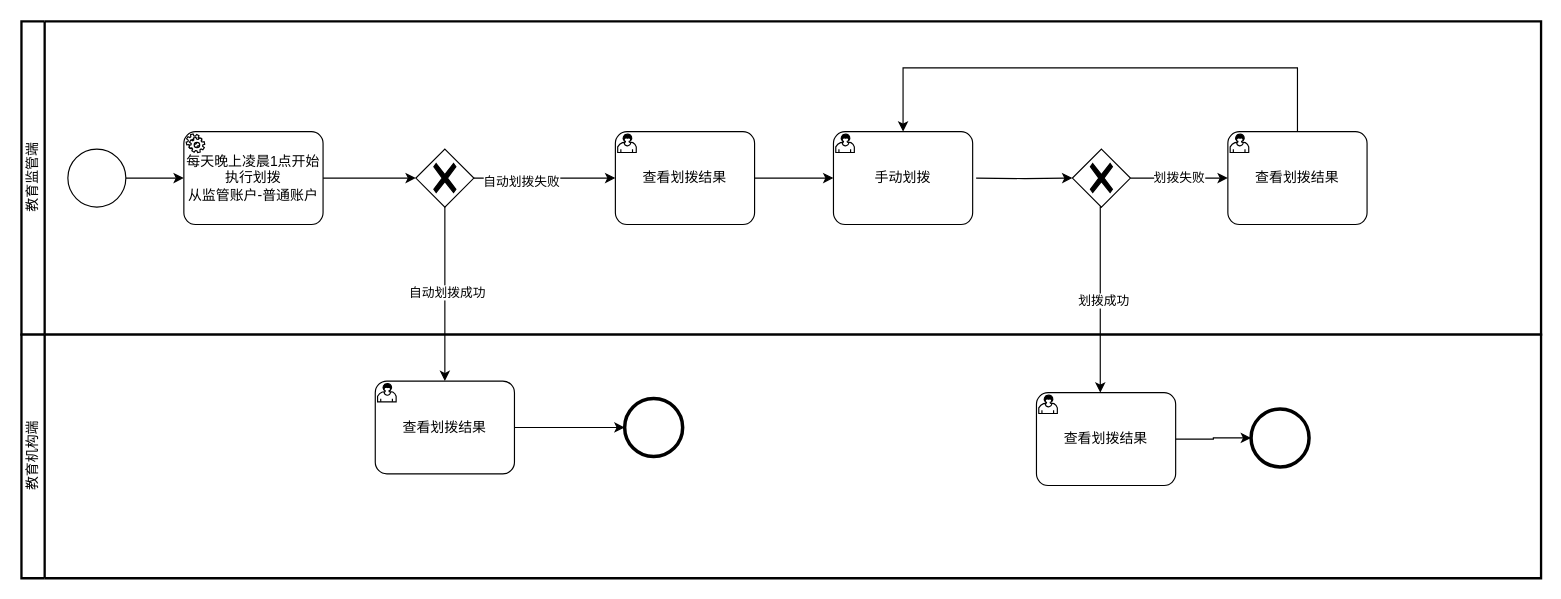
cuitaocrazy/supervision keeps this draw.io diagram as page "自动划拨" (7 of 10) of docs/资金监管平台流程图.drawio. Above is the earlier version. Source tidied: cells renumbered, new cells numbered last; positions are measured from the earlier drawing's top-left corner, leaving out a move shared by most shapes. Both pictures are drawn from the tidied source at 116%, with x=0, y=0 at pixel (21, 21).
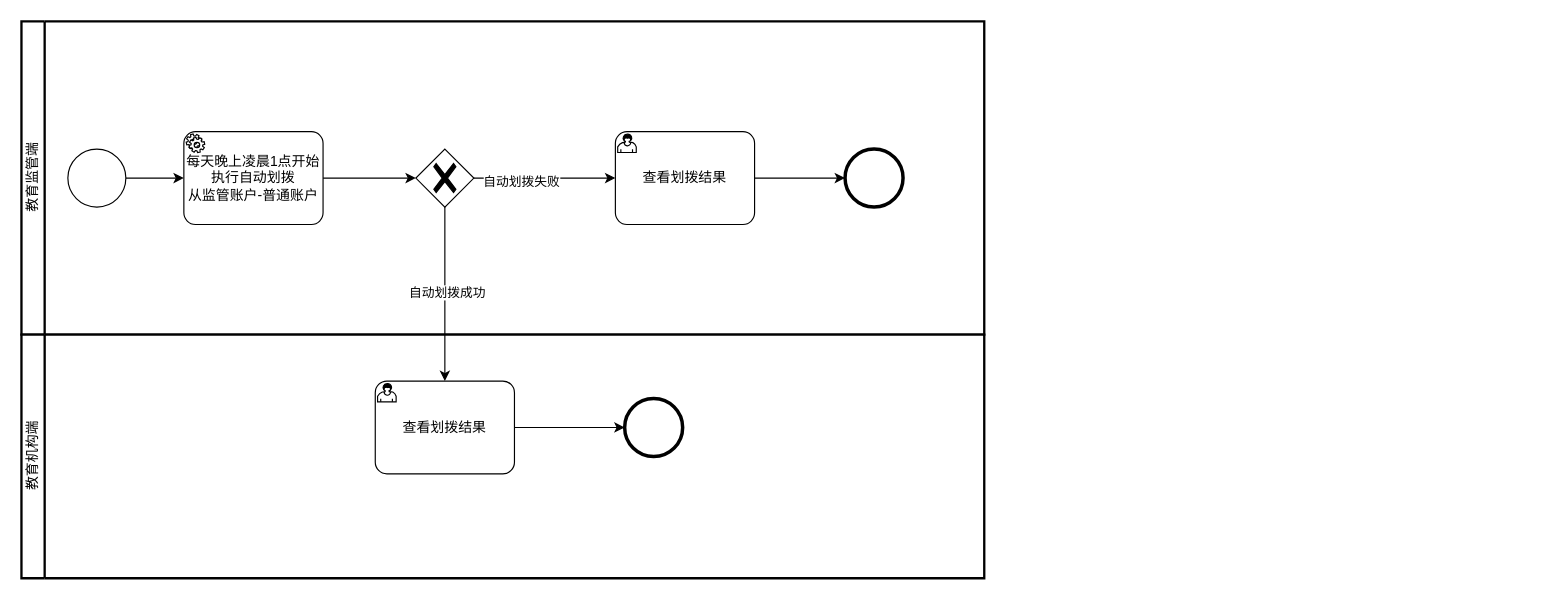
The same page after the edit.

Commit message:
添加手动退课和自动退课流程图

Unchanged cells that the change refers to:
```xml
<mxCell id="12" value="查看划拨结果" style="points=[[0.25,0,0],[0.5,0,0],[0.75,0,0],[1,0.25,0],[1,0.5,0],[1,0.75,0],[0.75,1,0],[0.5,1,0],[0.25,1,0],[0,0.75,0],[0,0.5,0],[0,0.25,0]];shape=mxgraph.bpmn.task;whiteSpace=wrap;rectStyle=rounded;size=10;taskMarker=user;" parent="2" vertex="1">
  <mxGeometry x="512" y="95" width="120" height="80" as="geometry" />
</mxCell>
```

Change to the diagram source:
```diff
@@
     <mxCell id="2" value="教育监管端" style="swimlane;html=1;startSize=20;fontStyle=0;horizontal=0;swimlaneLine=1;swimlaneFillColor=#ffffff;strokeWidth=2;" parent="1" vertex="1">
-      <mxGeometry width="1310" height="270" as="geometry" />
+      <mxGeometry width="830" height="270" as="geometry" />
     </mxCell>
@@
-    <mxCell id="6" value="每天晚上凌晨1点开始执行划拨&#10;从监管账户-普通账户" style="points=[[0.25,0,0],[0.5,0,0],[0.75,0,0],[1,0.25,0],[1,0.5,0],[1,0.75,0],[0.75,1,0],[0.5,1,0],[0.25,1,0],[0,0.75,0],[0,0.5,0],[0,0.25,0]];shape=mxgraph.bpmn.task;whiteSpace=wrap;rectStyle=rounded;size=10;taskMarker=service;" parent="2" vertex="1">
+    <mxCell id="6" value="每天晚上凌晨1点开始执行自动划拨&#10;从监管账户-普通账户" style="points=[[0.25,0,0],[0.5,0,0],[0.75,0,0],[1,0.25,0],[1,0.5,0],[1,0.75,0],[0.75,1,0],[0.5,1,0],[0.25,1,0],[0,0.75,0],[0,0.5,0],[0,0.25,0]];shape=mxgraph.bpmn.task;whiteSpace=wrap;rectStyle=rounded;size=10;taskMarker=service;" parent="2" vertex="1">
       <mxGeometry x="140" y="95" width="120" height="80" as="geometry" />
     </mxCell>
@@
-    <mxCell id="10" style="edgeStyle=orthogonalEdgeStyle;rounded=0;jettySize=auto;html=1;" parent="2" edge="1" target="13">
-      <mxGeometry relative="1" as="geometry">
-        <mxPoint x="823" y="135" as="sourcePoint" />
-      </mxGeometry>
-    </mxCell>
-    <mxCell id="11" style="edgeStyle=orthogonalEdgeStyle;rounded=0;jettySize=auto;html=1;" parent="2" edge="1" source="12" target="14">
-      <mxGeometry relative="1" as="geometry" />
-    </mxCell>
+    <mxCell id="29" style="edgeStyle=orthogonalEdgeStyle;rounded=0;jettySize=auto;html=1;" parent="2" edge="1" source="12" target="30">
+      <mxGeometry relative="1" as="geometry" />
+    </mxCell>
@@
-    <mxCell id="13" style="points=[[0.25,0.25,0],[0.5,0,0],[0.75,0.25,0],[1,0.5,0],[0.75,0.75,0],[0.5,1,0],[0.25,0.75,0],[0,0.5,0]];shape=mxgraph.bpmn.gateway2;html=1;verticalLabelPosition=bottom;labelBackgroundColor=#ffffff;verticalAlign=top;align=center;perimeter=rhombusPerimeter;outlineConnect=0;outline=none;symbol=none;gwType=exclusive;" parent="2" vertex="1">
-      <mxGeometry x="906" y="110" width="50" height="50" as="geometry" />
-    </mxCell>
-    <mxCell id="14" value="手动划拨" style="points=[[0.25,0,0],[0.5,0,0],[0.75,0,0],[1,0.25,0],[1,0.5,0],[1,0.75,0],[0.75,1,0],[0.5,1,0],[0.25,1,0],[0,0.75,0],[0,0.5,0],[0,0.25,0]];shape=mxgraph.bpmn.task;whiteSpace=wrap;rectStyle=rounded;size=10;taskMarker=user;" parent="2" vertex="1">
-      <mxGeometry x="700" y="95" width="120" height="80" as="geometry" />
-    </mxCell>
-    <mxCell id="15" style="edgeStyle=orthogonalEdgeStyle;rounded=0;jettySize=auto;html=1;" parent="2" edge="1" source="16" target="14">
-      <mxGeometry relative="1" as="geometry">
-        <Array as="points">
-          <mxPoint x="1100" y="40" />
-          <mxPoint x="760" y="40" />
-        </Array>
-      </mxGeometry>
-    </mxCell>
-    <mxCell id="16" value="查看划拨结果" style="points=[[0.25,0,0],[0.5,0,0],[0.75,0,0],[1,0.25,0],[1,0.5,0],[1,0.75,0],[0.75,1,0],[0.5,1,0],[0.25,1,0],[0,0.75,0],[0,0.5,0],[0,0.25,0]];shape=mxgraph.bpmn.task;whiteSpace=wrap;rectStyle=rounded;size=10;taskMarker=user;" parent="2" vertex="1">
-      <mxGeometry x="1040" y="95" width="120" height="80" as="geometry" />
-    </mxCell>
-    <mxCell id="17" value="划拨失败" style="edgeStyle=orthogonalEdgeStyle;rounded=0;jettySize=auto;html=1;" parent="2" edge="1" source="13" target="16">
-      <mxGeometry relative="1" as="geometry" />
-    </mxCell>
+    <mxCell id="30" style="points=[[0.145,0.145,0],[0.5,0,0],[0.855,0.145,0],[1,0.5,0],[0.855,0.855,0],[0.5,1,0],[0.145,0.855,0],[0,0.5,0]];shape=mxgraph.bpmn.event;html=1;verticalLabelPosition=bottom;labelBackgroundColor=#ffffff;verticalAlign=top;align=center;perimeter=ellipsePerimeter;outlineConnect=0;outline=end;symbol=terminate2;" parent="2" vertex="1">
+      <mxGeometry x="710" y="110" width="50" height="50" as="geometry" />
+    </mxCell>
     <mxCell id="18" value="教育机构端" style="swimlane;html=1;startSize=20;fontStyle=0;horizontal=0;swimlaneLine=1;swimlaneFillColor=#ffffff;strokeWidth=2;" parent="1" vertex="1">
-      <mxGeometry y="270" width="1310" height="210" as="geometry" />
+      <mxGeometry y="270" width="830" height="210" as="geometry" />
     </mxCell>
@@
-    <mxCell id="21" style="edgeStyle=orthogonalEdgeStyle;rounded=0;jettySize=auto;html=1;" parent="18" edge="1" source="22" target="24">
-      <mxGeometry relative="1" as="geometry" />
-    </mxCell>
-    <mxCell id="22" value="查看划拨结果" style="points=[[0.25,0,0],[0.5,0,0],[0.75,0,0],[1,0.25,0],[1,0.5,0],[1,0.75,0],[0.75,1,0],[0.5,1,0],[0.25,1,0],[0,0.75,0],[0,0.5,0],[0,0.25,0]];shape=mxgraph.bpmn.task;whiteSpace=wrap;rectStyle=rounded;size=10;taskMarker=user;" parent="18" vertex="1">
-      <mxGeometry x="875" y="50" width="120" height="80" as="geometry" />
-    </mxCell>
@@
-    <mxCell id="24" style="points=[[0.145,0.145,0],[0.5,0,0],[0.855,0.145,0],[1,0.5,0],[0.855,0.855,0],[0.5,1,0],[0.145,0.855,0],[0,0.5,0]];shape=mxgraph.bpmn.event;html=1;verticalLabelPosition=bottom;labelBackgroundColor=#ffffff;verticalAlign=top;align=center;perimeter=ellipsePerimeter;outlineConnect=0;outline=end;symbol=terminate2;" parent="18" vertex="1">
-      <mxGeometry x="1060" y="64" width="50" height="50" as="geometry" />
-    </mxCell>
@@
-    <mxCell id="27" style="edgeStyle=orthogonalEdgeStyle;rounded=0;jettySize=auto;html=1;exitX=0.5;exitY=1;exitDx=0;exitDy=0;exitPerimeter=0;" parent="1" edge="1" source="13" target="22">
-      <mxGeometry relative="1" as="geometry">
-        <Array as="points">
-          <mxPoint x="930" y="160" />
-          <mxPoint x="930" y="360" />
-        </Array>
-      </mxGeometry>
-    </mxCell>
-    <mxCell id="28" value="划拨成功" style="edgeLabel;html=1;align=center;verticalAlign=middle;" parent="27" vertex="1">
-      <mxGeometry y="2" relative="1" as="geometry" />
-    </mxCell>
```
